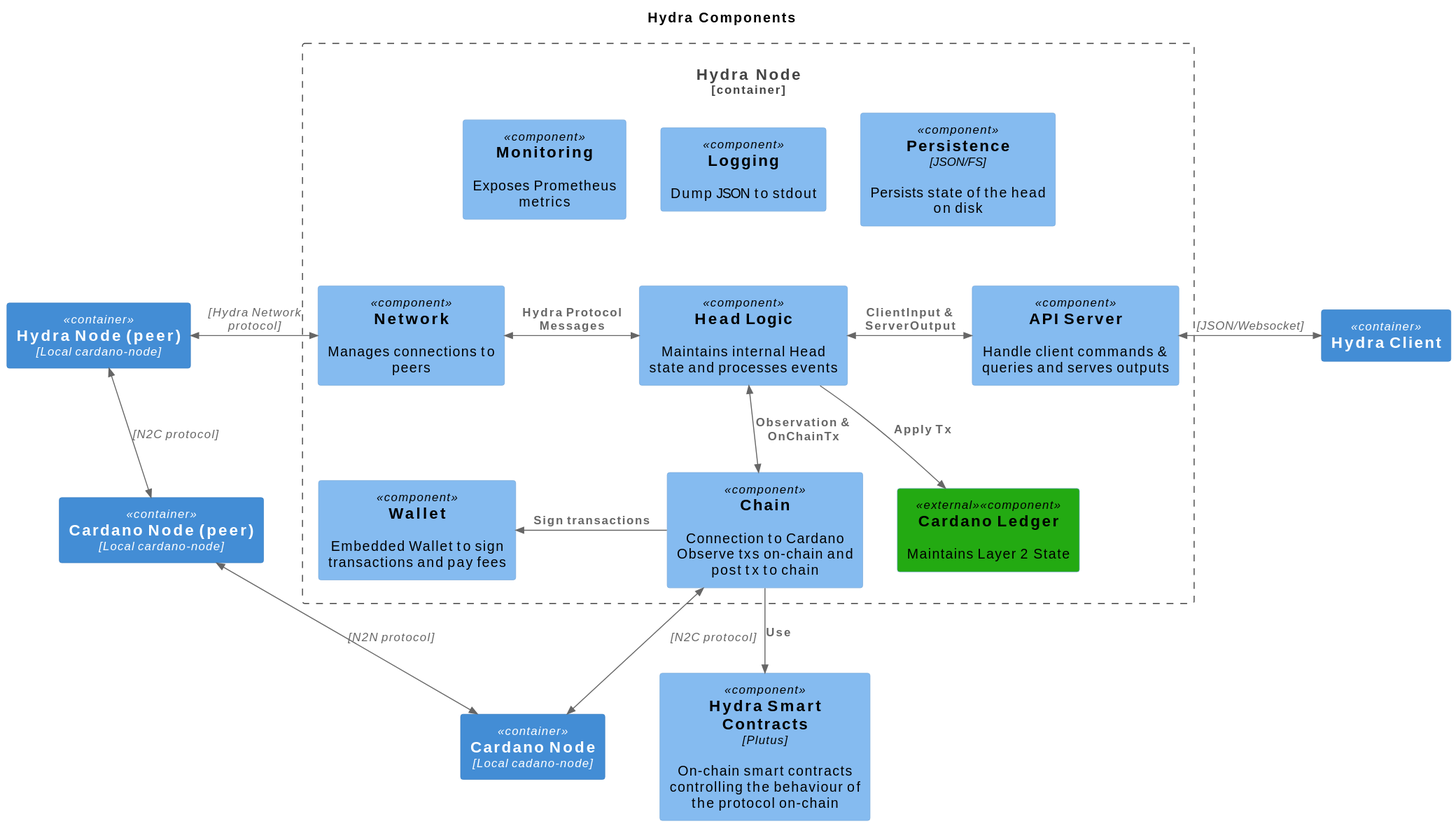
chrono-ranger742wc/hydra keeps this PlantUML diagram as docs/docs/dev/architecture/hydra-components.svg. Above is the earlier version.
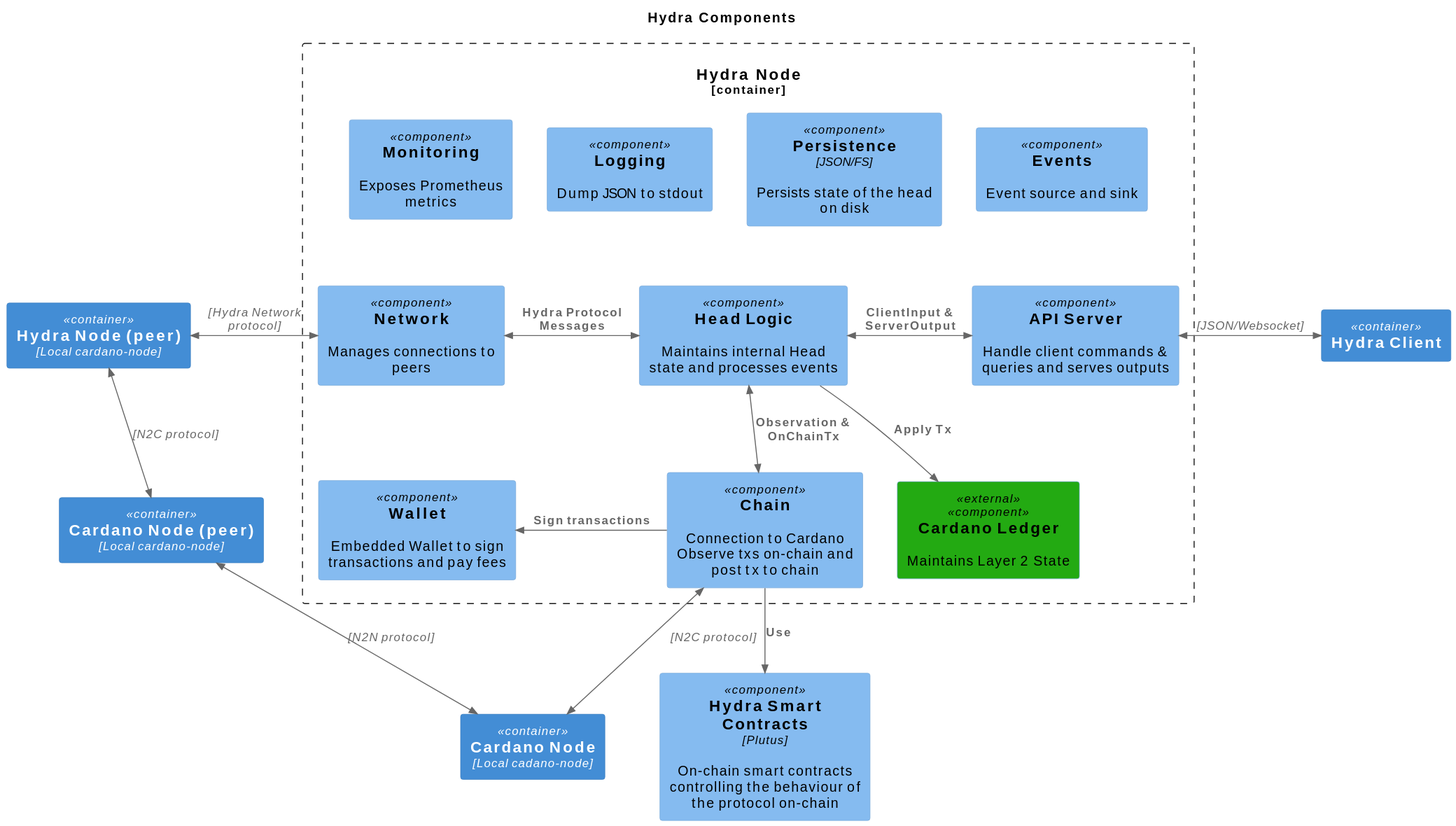
Later version of the same file.

Commit message:
Add event sourcing docs to architecture section

Change to the diagram source:
```diff
@@ -5,6 +5,7 @@
 AddElementTag("external", $bgColor="#23aa12")
 
 Container_Boundary(hydra_node, "Hydra Node") {
+   Component(events, "Events", "", "Event source and sink", $link="https://github.com/cardano-scaling/hydra/blob/master/hydra-node/src/Hydra/Events.hs")
    Component(persistence, "Persistence", "JSON/FS", "Persists state of the head on disk", $link="https://github.com/cardano-scaling/hydra/blob/master/hydra-node/src/Hydra/Persistence.hs")
    Component(head_logic, "Head Logic", "", "Maintains internal Head state and processes events", $link="https://github.com/cardano-scaling/hydra/blob/master/hydra-node/src/Hydra/HeadLogic.hs")
    Component(api_server, "API Server", "", "Handle client commands & queries and serves outputs", $link="https://github.com/cardano-scaling/hydra/blob/master/hydra-node/src/Hydra/API/Server.hs")
@@ -15,6 +16,7 @@
    Component(monitoring, "Monitoring", "", "Exposes Prometheus metrics", $link="https://github.com/cardano-scaling/hydra/blob/master/hydra-node/src/Hydra/Logging/Monitoring.hs")
    Component(ledger, "Cardano Ledger", "", "Maintains Layer 2 State", $tags="external")
 
+   Lay_U(head_logic, events)
    Lay_U(head_logic, persistence)
    Lay_U(head_logic, logging)
    Lay_U(head_logic, monitoring)
```
